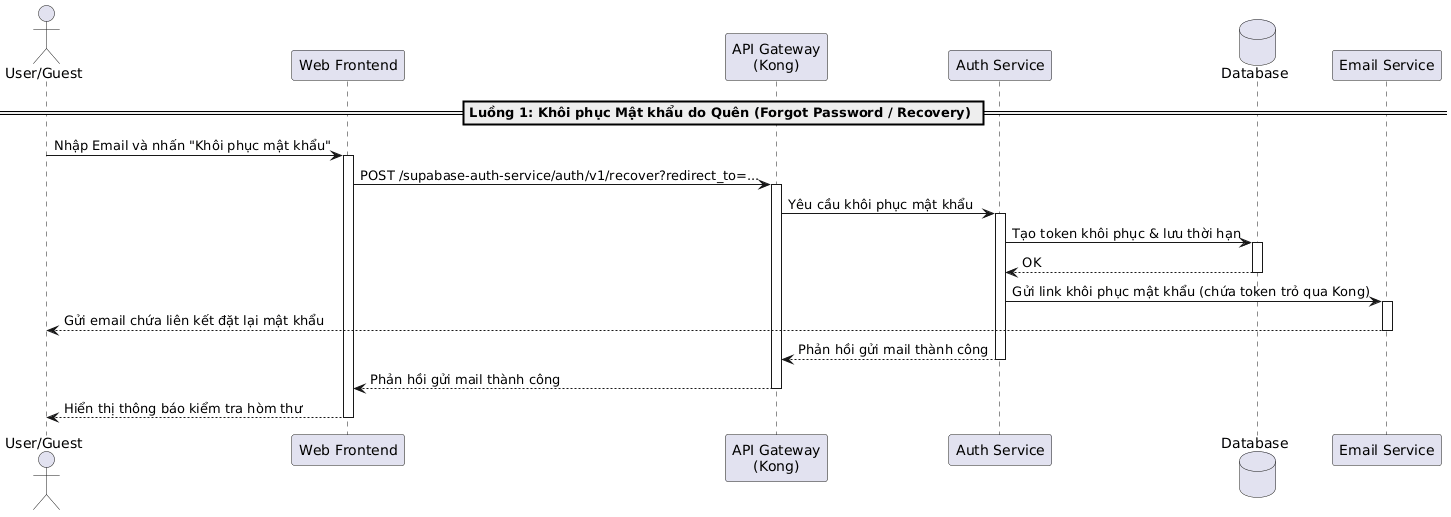
This is temp/05-sequence/UML-Sequence-12.png from 20206205Tech/docs-uml, a PlantUML export, as it was before one commit.
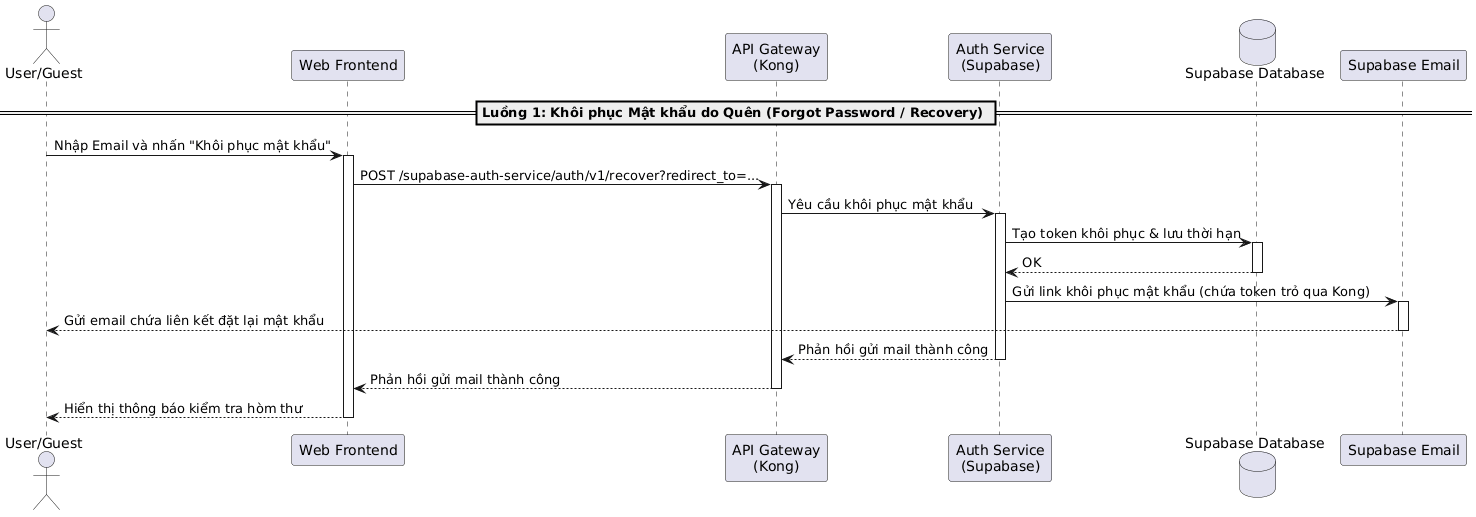
Later version of the same file.

Change to the diagram source:
```diff
@@ -2,9 +2,9 @@
 actor "User/Guest" as User
 participant "Web Frontend" as Frontend
 participant "API Gateway\n(Kong)" as Kong
-participant "Auth Service" as AuthService
-database "Database" as DB
-participant "Email Service" as Email
+participant "Auth Service\n(Supabase)" as AuthService
+database "Supabase Database" as DB
+participant "Supabase Email" as Email
 
 == Luồng 1: Khôi phục Mật khẩu do Quên (Forgot Password / Recovery) ==
 User -> Frontend: Nhập Email và nhấn "Khôi phục mật khẩu"
```
